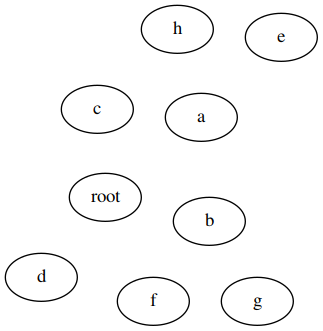
Above: freedom/pic/star.d.png in RerumNovarum/vsu.en (Graphviz), before the change. Its source is kept beside it as freedom/pic/star.d.dot.
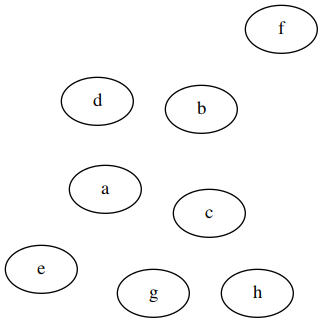
Later version of the same file.

Change to the diagram source:
```diff
@@ -1,7 +1,5 @@
 graph {
-  root=root
   layout=circo
-  root
   a
   b
   c
```
